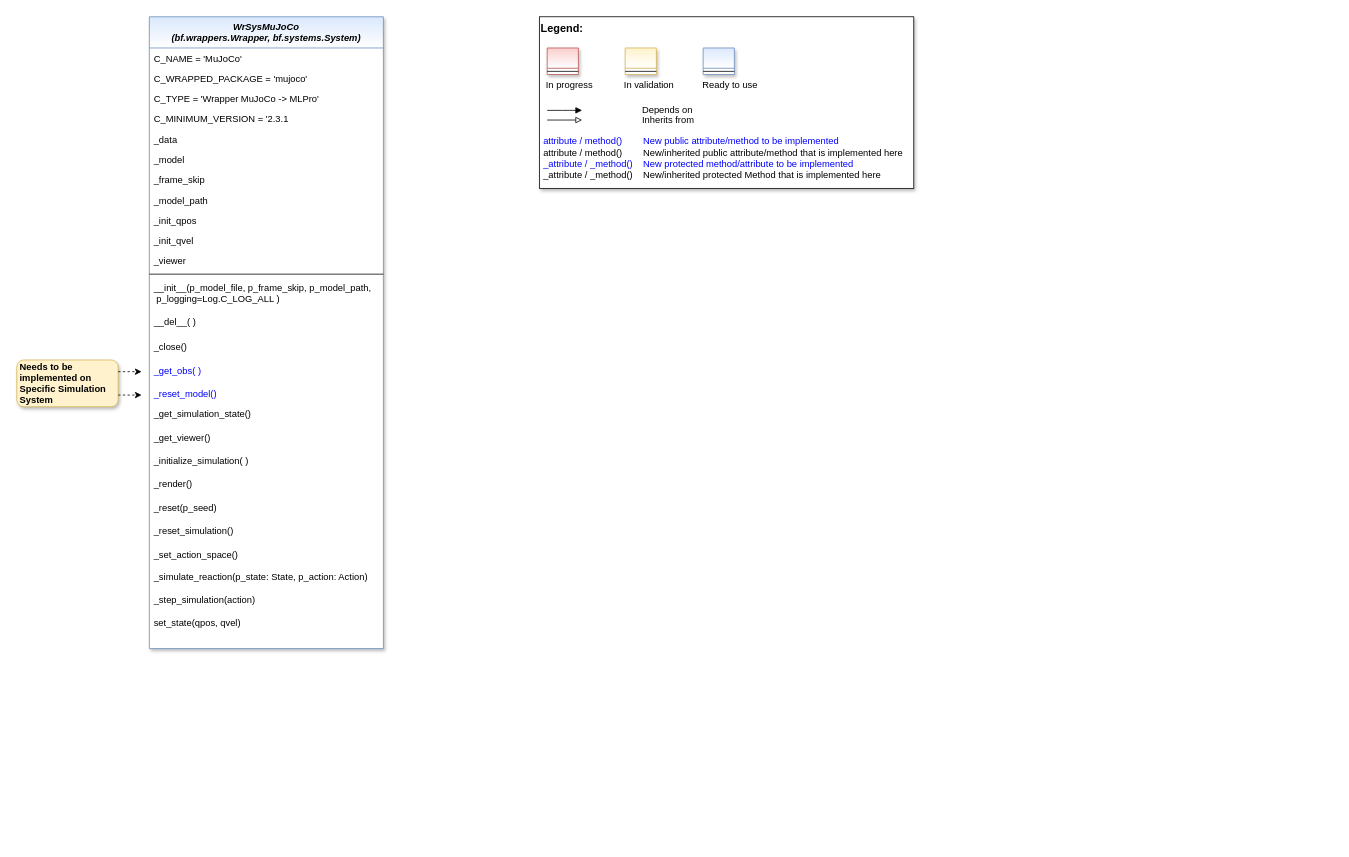
fhswf/MLPro keeps this draw.io diagram as doc/rtd/content/append2/core/images/wrappers/MLPro-Wrappers-Mujoco.drawio. Above is the earlier version. Source tidied: cells renumbered, new cells numbered last; positions are measured from the earlier drawing's top-left corner, leaving out a move shared by most shapes. Both pictures are drawn from the tidied source at 78%, with x=0, y=0 at pixel (16, 16).
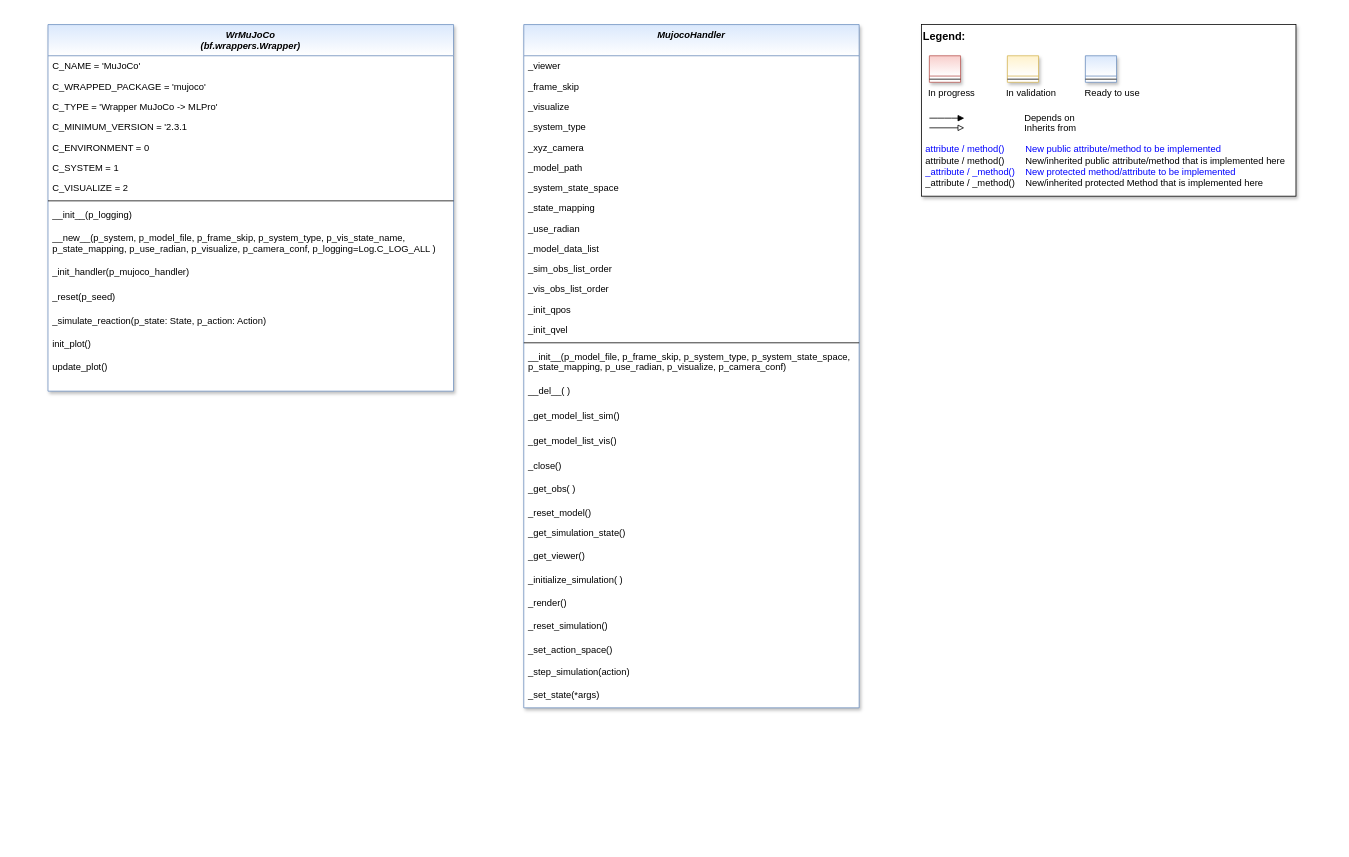
The same page after the edit.

Change to the diagram source:
```diff
@@
-    <mxCell id="2" value="WrSysMuJoCo&#10;(bf.wrappers.Wrapper, bf.systems.System)" style="swimlane;fontStyle=3;align=center;verticalAlign=top;horizontal=1;startSize=40;rounded=0;shadow=1;strokeWidth=1;fillColor=#dae8fc;strokeColor=#6c8ebf;gradientColor=#ffffff;swimlaneFillColor=#ffffff;" parent="1" vertex="1">
-      <mxGeometry x="170" width="300" height="810" as="geometry" />
+    <mxCell id="2" value="WrMuJoCo&#10;(bf.wrappers.Wrapper)" style="swimlane;fontStyle=3;align=center;verticalAlign=top;horizontal=1;startSize=40;rounded=0;shadow=1;strokeWidth=1;fillColor=#dae8fc;strokeColor=#6c8ebf;gradientColor=#ffffff;swimlaneFillColor=#ffffff;" parent="1" vertex="1">
+      <mxGeometry x="40" y="10" width="520" height="470" as="geometry" />
     </mxCell>
     <mxCell id="3" value="C_NAME = 'MuJoCo'" style="text;align=left;verticalAlign=top;spacingLeft=4;spacingRight=4;overflow=hidden;" parent="2" vertex="1">
-      <mxGeometry y="40" width="300" height="26" as="geometry" />
+      <mxGeometry y="40" width="520" height="26" as="geometry" />
     </mxCell>
     <mxCell id="4" value="C_WRAPPED_PACKAGE = 'mujoco'" style="text;align=left;verticalAlign=top;spacingLeft=4;spacingRight=4;overflow=hidden;" parent="2" vertex="1">
-      <mxGeometry y="66" width="300" height="26" as="geometry" />
+      <mxGeometry y="66" width="520" height="26" as="geometry" />
     </mxCell>
     <mxCell id="5" value="C_TYPE = 'Wrapper MuJoCo -&gt; MLPro'" style="text;align=left;verticalAlign=top;spacingLeft=4;spacingRight=4;overflow=hidden;" parent="2" vertex="1">
-      <mxGeometry y="92" width="300" height="26" as="geometry" />
+      <mxGeometry y="92" width="520" height="26" as="geometry" />
     </mxCell>
     <mxCell id="6" value="C_MINIMUM_VERSION = '2.3.1" style="text;align=left;verticalAlign=top;spacingLeft=4;spacingRight=4;overflow=hidden;" parent="2" vertex="1">
-      <mxGeometry y="118" width="300" height="26" as="geometry" />
+      <mxGeometry y="118" width="520" height="26" as="geometry" />
     </mxCell>
-    <mxCell id="7" value="_data" style="text;align=left;verticalAlign=top;spacingLeft=4;spacingRight=4;overflow=hidden;" parent="2" vertex="1">
-      <mxGeometry y="144" width="300" height="26" as="geometry" />
+    <mxCell id="7" value="C_ENVIRONMENT = 0" style="text;align=left;verticalAlign=top;spacingLeft=4;spacingRight=4;overflow=hidden;" parent="2" vertex="1">
+      <mxGeometry y="144" width="520" height="26" as="geometry" />
     </mxCell>
-    <mxCell id="8" value="_model" style="text;align=left;verticalAlign=top;spacingLeft=4;spacingRight=4;overflow=hidden;" parent="2" vertex="1">
-      <mxGeometry y="170" width="300" height="26" as="geometry" />
+    <mxCell id="8" value="C_SYSTEM = 1" style="text;align=left;verticalAlign=top;spacingLeft=4;spacingRight=4;overflow=hidden;" parent="2" vertex="1">
+      <mxGeometry y="170" width="520" height="26" as="geometry" />
     </mxCell>
-    <mxCell id="9" value="_frame_skip" style="text;align=left;verticalAlign=top;spacingLeft=4;spacingRight=4;overflow=hidden;" parent="2" vertex="1">
-      <mxGeometry y="196" width="300" height="26" as="geometry" />
+    <mxCell id="9" value="C_VISUALIZE = 2" style="text;align=left;verticalAlign=top;spacingLeft=4;spacingRight=4;overflow=hidden;" parent="2" vertex="1">
+      <mxGeometry y="196" width="520" height="26" as="geometry" />
     </mxCell>
-    <mxCell id="10" value="_model_path" style="text;align=left;verticalAlign=top;spacingLeft=4;spacingRight=4;overflow=hidden;" parent="2" vertex="1">
-      <mxGeometry y="222" width="300" height="26" as="geometry" />
-    </mxCell>
-    <mxCell id="11" value="_init_qpos" style="text;align=left;verticalAlign=top;spacingLeft=4;spacingRight=4;overflow=hidden;" parent="2" vertex="1">
-      <mxGeometry y="248" width="300" height="26" as="geometry" />
-    </mxCell>
-    <mxCell id="12" value="_init_qvel" style="text;align=left;verticalAlign=top;spacingLeft=4;spacingRight=4;overflow=hidden;" parent="2" vertex="1">
-      <mxGeometry y="274" width="300" height="26" as="geometry" />
-    </mxCell>
-    <mxCell id="13" value="_viewer" style="text;align=left;verticalAlign=top;spacingLeft=4;spacingRight=4;overflow=hidden;" parent="2" vertex="1">
-      <mxGeometry y="300" width="300" height="26" as="geometry" />
-    </mxCell>
     <mxCell id="14" style="line;html=1;strokeWidth=1;align=left;verticalAlign=middle;spacingTop=-1;spacingLeft=3;spacingRight=3;labelPosition=right;" parent="2" vertex="1">
-      <mxGeometry y="326" width="300" height="8" as="geometry" />
+      <mxGeometry y="222" width="520" height="8" as="geometry" />
     </mxCell>
+    <mxCell id="43" value="__init__(p_logging)" style="text;align=left;verticalAlign=top;spacingLeft=4;spacingRight=4;overflow=hidden;" parent="2" vertex="1">
+      <mxGeometry y="230" width="520" height="30" as="geometry" />
+    </mxCell>
-    <mxCell id="15" value="__init__(p_model_file, p_frame_skip, p_model_path,&#10; p_logging=Log.C_LOG_ALL )" style="text;align=left;verticalAlign=top;spacingLeft=4;spacingRight=4;overflow=hidden;" parent="2" vertex="1">
-      <mxGeometry y="334" width="300" height="44" as="geometry" />
+    <mxCell id="15" value="__new__(p_system, p_model_file, p_frame_skip, p_system_type, p_vis_state_name,&#10;p_state_mapping, p_use_radian, p_visualize, p_camera_conf, p_logging=Log.C_LOG_ALL )" style="text;align=left;verticalAlign=top;spacingLeft=4;spacingRight=4;overflow=hidden;" parent="2" vertex="1">
+      <mxGeometry y="260" width="520" height="44" as="geometry" />
     </mxCell>
-    <mxCell id="16" value="__del__( )" style="text;align=left;verticalAlign=top;spacingLeft=4;spacingRight=4;overflow=hidden;" parent="2" vertex="1">
-      <mxGeometry y="378" width="300" height="32" as="geometry" />
+    <mxCell id="16" value="_init_handler(p_mujoco_handler)" style="text;align=left;verticalAlign=top;spacingLeft=4;spacingRight=4;overflow=hidden;" parent="2" vertex="1">
+      <mxGeometry y="304" width="520" height="32" as="geometry" />
     </mxCell>
-    <mxCell id="17" value="_close()" style="text;align=left;verticalAlign=top;spacingLeft=4;spacingRight=4;overflow=hidden;" parent="2" vertex="1">
-      <mxGeometry y="410" width="300" height="30" as="geometry" />
-    </mxCell>
-    <mxCell id="18" value="_get_obs( )" style="text;align=left;verticalAlign=top;spacingLeft=4;spacingRight=4;overflow=hidden;fontColor=#0000FF;" parent="2" vertex="1">
-      <mxGeometry y="440" width="300" height="30" as="geometry" />
-    </mxCell>
-    <mxCell id="19" value="_reset_model()" style="text;align=left;verticalAlign=top;spacingLeft=4;spacingRight=4;overflow=hidden;fontColor=#0000FF;" parent="2" vertex="1">
-      <mxGeometry y="470" width="300" height="26" as="geometry" />
-    </mxCell>
-    <mxCell id="20" value="_get_simulation_state()" style="text;align=left;verticalAlign=top;spacingLeft=4;spacingRight=4;overflow=hidden;" parent="2" vertex="1">
-      <mxGeometry y="496" width="300" height="30" as="geometry" />
-    </mxCell>
-    <mxCell id="21" value="_get_viewer()" style="text;align=left;verticalAlign=top;spacingLeft=4;spacingRight=4;overflow=hidden;" parent="2" vertex="1">
-      <mxGeometry y="526" width="300" height="30" as="geometry" />
-    </mxCell>
-    <mxCell id="22" value="_initialize_simulation( )" style="text;align=left;verticalAlign=top;spacingLeft=4;spacingRight=4;overflow=hidden;" parent="2" vertex="1">
-      <mxGeometry y="556" width="300" height="30" as="geometry" />
-    </mxCell>
-    <mxCell id="23" value="_render()" style="text;align=left;verticalAlign=top;spacingLeft=4;spacingRight=4;overflow=hidden;" parent="2" vertex="1">
-      <mxGeometry y="586" width="300" height="30" as="geometry" />
-    </mxCell>
     <mxCell id="24" value="_reset(p_seed)" style="text;align=left;verticalAlign=top;spacingLeft=4;spacingRight=4;overflow=hidden;" parent="2" vertex="1">
-      <mxGeometry y="616" width="300" height="30" as="geometry" />
+      <mxGeometry y="336" width="520" height="30" as="geometry" />
     </mxCell>
-    <mxCell id="25" value="_reset_simulation()" style="text;align=left;verticalAlign=top;spacingLeft=4;spacingRight=4;overflow=hidden;" parent="2" vertex="1">
-      <mxGeometry y="646" width="300" height="30" as="geometry" />
-    </mxCell>
-    <mxCell id="26" value="_set_action_space()" style="text;align=left;verticalAlign=top;spacingLeft=4;spacingRight=4;overflow=hidden;" parent="2" vertex="1">
-      <mxGeometry y="676" width="300" height="28" as="geometry" />
-    </mxCell>
     <mxCell id="27" value="_simulate_reaction(p_state: State, p_action: Action)" style="text;align=left;verticalAlign=top;spacingLeft=4;spacingRight=4;overflow=hidden;" parent="2" vertex="1">
-      <mxGeometry y="704" width="300" height="30" as="geometry" />
+      <mxGeometry y="366" width="520" height="30" as="geometry" />
     </mxCell>
-    <mxCell id="28" value="_step_simulation(action)" style="text;align=left;verticalAlign=top;spacingLeft=4;spacingRight=4;overflow=hidden;" parent="2" vertex="1">
-      <mxGeometry y="734" width="300" height="30" as="geometry" />
+    <mxCell id="28" value="init_plot()" style="text;align=left;verticalAlign=top;spacingLeft=4;spacingRight=4;overflow=hidden;" parent="2" vertex="1">
+      <mxGeometry y="396" width="520" height="30" as="geometry" />
     </mxCell>
-    <mxCell id="29" value="set_state(qpos, qvel)" style="text;align=left;verticalAlign=top;spacingLeft=4;spacingRight=4;overflow=hidden;" parent="2" vertex="1">
-      <mxGeometry y="764" width="300" height="30" as="geometry" />
-    </mxCell>
+    <mxCell id="44" value="update_plot()" style="text;align=left;verticalAlign=top;spacingLeft=4;spacingRight=4;overflow=hidden;" parent="2" vertex="1">
+      <mxGeometry y="426" width="520" height="30" as="geometry" />
+    </mxCell>
     <mxCell id="30" style="group;" parent="1" vertex="1">
-      <mxGeometry x="670" width="480" height="220" as="geometry" />
+      <mxGeometry x="1160" y="10" width="530" height="1050" as="geometry" />
     </mxCell>
@@
-    <mxCell id="40" value="Needs to be implemented on Specific Simulation System" style="rounded=1;whiteSpace=wrap;html=1;fillColor=#fff2cc;strokeColor=#d6b656;shadow=1;fontStyle=1;align=left;spacingLeft=2;" parent="1" vertex="1">
-      <mxGeometry y="440" width="130" height="60" as="geometry" />
-    </mxCell>
-    <mxCell id="41" style="endArrow=classic;html=1;fontColor=#0000FF;exitX=1;exitY=0.25;exitDx=0;exitDy=0;rounded=0;dashed=1;" parent="1" edge="1" source="40">
-      <mxGeometry relative="1" as="geometry">
-        <mxPoint x="160" y="455" as="targetPoint" />
-      </mxGeometry>
-    </mxCell>
-    <mxCell id="42" style="endArrow=classic;html=1;fontColor=#0000FF;exitX=1;exitY=0.75;exitDx=0;exitDy=0;rounded=0;dashed=1;" parent="1" edge="1" source="40">
-      <mxGeometry relative="1" as="geometry">
-        <mxPoint x="160" y="485" as="targetPoint" />
-      </mxGeometry>
-    </mxCell>
+    <mxCell id="45" value="MujocoHandler" style="swimlane;fontStyle=3;align=center;verticalAlign=top;horizontal=1;startSize=40;rounded=0;shadow=1;strokeWidth=1;fillColor=#dae8fc;strokeColor=#6c8ebf;gradientColor=#ffffff;swimlaneFillColor=#ffffff;" parent="1" vertex="1">
+      <mxGeometry x="650" y="10" width="430" height="876" as="geometry" />
+    </mxCell>
+    <mxCell id="13" value="_viewer" style="text;align=left;verticalAlign=top;spacingLeft=4;spacingRight=4;overflow=hidden;" parent="45" vertex="1">
+      <mxGeometry y="40" width="430" height="26" as="geometry" />
+    </mxCell>
+    <mxCell id="46" value="_frame_skip" style="text;align=left;verticalAlign=top;spacingLeft=4;spacingRight=4;overflow=hidden;" parent="45" vertex="1">
+      <mxGeometry y="66" width="430" height="26" as="geometry" />
+    </mxCell>
+    <mxCell id="47" value="_visualize" style="text;align=left;verticalAlign=top;spacingLeft=4;spacingRight=4;overflow=hidden;" parent="45" vertex="1">
+      <mxGeometry y="92" width="430" height="26" as="geometry" />
+    </mxCell>
+    <mxCell id="48" value="_system_type" style="text;align=left;verticalAlign=top;spacingLeft=4;spacingRight=4;overflow=hidden;" parent="45" vertex="1">
+      <mxGeometry y="118" width="430" height="26" as="geometry" />
+    </mxCell>
+    <mxCell id="49" value="_xyz_camera" style="text;align=left;verticalAlign=top;spacingLeft=4;spacingRight=4;overflow=hidden;" parent="45" vertex="1">
+      <mxGeometry y="144" width="430" height="26" as="geometry" />
+    </mxCell>
+    <mxCell id="10" value="_model_path" style="text;align=left;verticalAlign=top;spacingLeft=4;spacingRight=4;overflow=hidden;" parent="45" vertex="1">
+      <mxGeometry y="170" width="430" height="26" as="geometry" />
+    </mxCell>
+    <mxCell id="50" value="_system_state_space" style="text;align=left;verticalAlign=top;spacingLeft=4;spacingRight=4;overflow=hidden;" parent="45" vertex="1">
+      <mxGeometry y="196" width="430" height="26" as="geometry" />
+    </mxCell>
+    <mxCell id="51" value="_state_mapping" style="text;align=left;verticalAlign=top;spacingLeft=4;spacingRight=4;overflow=hidden;" parent="45" vertex="1">
+      <mxGeometry y="222" width="430" height="26" as="geometry" />
+    </mxCell>
+    <mxCell id="52" value="_use_radian" style="text;align=left;verticalAlign=top;spacingLeft=4;spacingRight=4;overflow=hidden;" parent="45" vertex="1">
+      <mxGeometry y="248" width="430" height="26" as="geometry" />
+    </mxCell>
+    <mxCell id="53" value="_model_data_list" style="text;align=left;verticalAlign=top;spacingLeft=4;spacingRight=4;overflow=hidden;" parent="45" vertex="1">
+      <mxGeometry y="274" width="430" height="26" as="geometry" />
+    </mxCell>
+    <mxCell id="54" value="_sim_obs_list_order" style="text;align=left;verticalAlign=top;spacingLeft=4;spacingRight=4;overflow=hidden;" parent="45" vertex="1">
+      <mxGeometry y="300" width="430" height="26" as="geometry" />
+    </mxCell>
+    <mxCell id="55" value="_vis_obs_list_order" style="text;align=left;verticalAlign=top;spacingLeft=4;spacingRight=4;overflow=hidden;" parent="45" vertex="1">
+      <mxGeometry y="326" width="430" height="26" as="geometry" />
+    </mxCell>
+    <mxCell id="11" value="_init_qpos" style="text;align=left;verticalAlign=top;spacingLeft=4;spacingRight=4;overflow=hidden;" parent="45" vertex="1">
+      <mxGeometry y="352" width="430" height="26" as="geometry" />
+    </mxCell>
+    <mxCell id="12" value="_init_qvel" style="text;align=left;verticalAlign=top;spacingLeft=4;spacingRight=4;overflow=hidden;" parent="45" vertex="1">
+      <mxGeometry y="378" width="430" height="26" as="geometry" />
+    </mxCell>
+    <mxCell id="56" style="line;html=1;strokeWidth=1;align=left;verticalAlign=middle;spacingTop=-1;spacingLeft=3;spacingRight=3;labelPosition=right;" parent="45" vertex="1">
+      <mxGeometry y="404" width="430" height="8" as="geometry" />
+    </mxCell>
+    <mxCell id="57" value="__init__(p_model_file, p_frame_skip, p_system_type, p_system_state_space,&#10;p_state_mapping, p_use_radian, p_visualize, p_camera_conf)" style="text;align=left;verticalAlign=top;spacingLeft=4;spacingRight=4;overflow=hidden;" parent="45" vertex="1">
+      <mxGeometry y="412" width="430" height="44" as="geometry" />
+    </mxCell>
+    <mxCell id="58" value="__del__( )" style="text;align=left;verticalAlign=top;spacingLeft=4;spacingRight=4;overflow=hidden;" parent="45" vertex="1">
+      <mxGeometry y="456" width="430" height="32" as="geometry" />
+    </mxCell>
+    <mxCell id="59" value="_get_model_list_sim()" style="text;align=left;verticalAlign=top;spacingLeft=4;spacingRight=4;overflow=hidden;" parent="45" vertex="1">
+      <mxGeometry y="488" width="430" height="32" as="geometry" />
+    </mxCell>
+    <mxCell id="60" value="_get_model_list_vis()" style="text;align=left;verticalAlign=top;spacingLeft=4;spacingRight=4;overflow=hidden;" parent="45" vertex="1">
+      <mxGeometry y="520" width="430" height="32" as="geometry" />
+    </mxCell>
+    <mxCell id="17" value="_close()" style="text;align=left;verticalAlign=top;spacingLeft=4;spacingRight=4;overflow=hidden;" parent="45" vertex="1">
+      <mxGeometry y="552" width="430" height="30" as="geometry" />
+    </mxCell>
+    <mxCell id="18" value="_get_obs( )" style="text;align=left;verticalAlign=top;spacingLeft=4;spacingRight=4;overflow=hidden;fontColor=#000000;" parent="45" vertex="1">
+      <mxGeometry y="582" width="430" height="30" as="geometry" />
+    </mxCell>
+    <mxCell id="19" value="_reset_model()" style="text;align=left;verticalAlign=top;spacingLeft=4;spacingRight=4;overflow=hidden;fontColor=#000000;" parent="45" vertex="1">
+      <mxGeometry y="612" width="430" height="26" as="geometry" />
+    </mxCell>
+    <mxCell id="20" value="_get_simulation_state()" style="text;align=left;verticalAlign=top;spacingLeft=4;spacingRight=4;overflow=hidden;" parent="45" vertex="1">
+      <mxGeometry y="638" width="430" height="30" as="geometry" />
+    </mxCell>
+    <mxCell id="21" value="_get_viewer()" style="text;align=left;verticalAlign=top;spacingLeft=4;spacingRight=4;overflow=hidden;" parent="45" vertex="1">
+      <mxGeometry y="668" width="430" height="30" as="geometry" />
+    </mxCell>
+    <mxCell id="22" value="_initialize_simulation( )" style="text;align=left;verticalAlign=top;spacingLeft=4;spacingRight=4;overflow=hidden;" parent="45" vertex="1">
+      <mxGeometry y="698" width="430" height="30" as="geometry" />
+    </mxCell>
+    <mxCell id="23" value="_render()" style="text;align=left;verticalAlign=top;spacingLeft=4;spacingRight=4;overflow=hidden;" parent="45" vertex="1">
+      <mxGeometry y="728" width="430" height="30" as="geometry" />
+    </mxCell>
+    <mxCell id="25" value="_reset_simulation()" style="text;align=left;verticalAlign=top;spacingLeft=4;spacingRight=4;overflow=hidden;" parent="45" vertex="1">
+      <mxGeometry y="758" width="430" height="30" as="geometry" />
+    </mxCell>
+    <mxCell id="26" value="_set_action_space()" style="text;align=left;verticalAlign=top;spacingLeft=4;spacingRight=4;overflow=hidden;" parent="45" vertex="1">
+      <mxGeometry y="788" width="430" height="28" as="geometry" />
+    </mxCell>
+    <mxCell id="61" value="_step_simulation(action)" style="text;align=left;verticalAlign=top;spacingLeft=4;spacingRight=4;overflow=hidden;" parent="45" vertex="1">
+      <mxGeometry y="816" width="430" height="30" as="geometry" />
+    </mxCell>
+    <mxCell id="62" value="_set_state(*args)" style="text;align=left;verticalAlign=top;spacingLeft=4;spacingRight=4;overflow=hidden;" parent="45" vertex="1">
+      <mxGeometry y="846" width="430" height="30" as="geometry" />
+    </mxCell>
```
